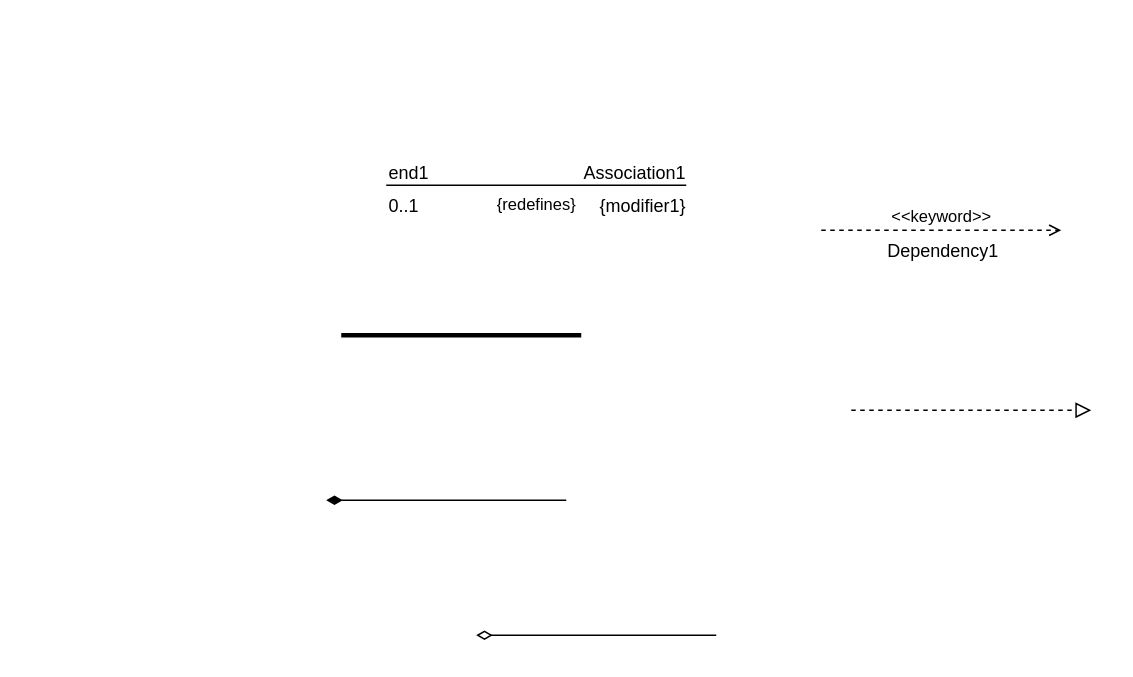
The draw.io diagram page "Page-2" (2 of 3) of data/class_diagram.drawio in PiedPiperJr/uml2code, before the edit. Source tidied: cells renumbered, new cells numbered last; positions are measured from the earlier drawing's top-left corner, leaving out a move shared by most shapes. Both pictures are drawn from the tidied source at 150%, with x=0, y=0 at pixel (326, 184).
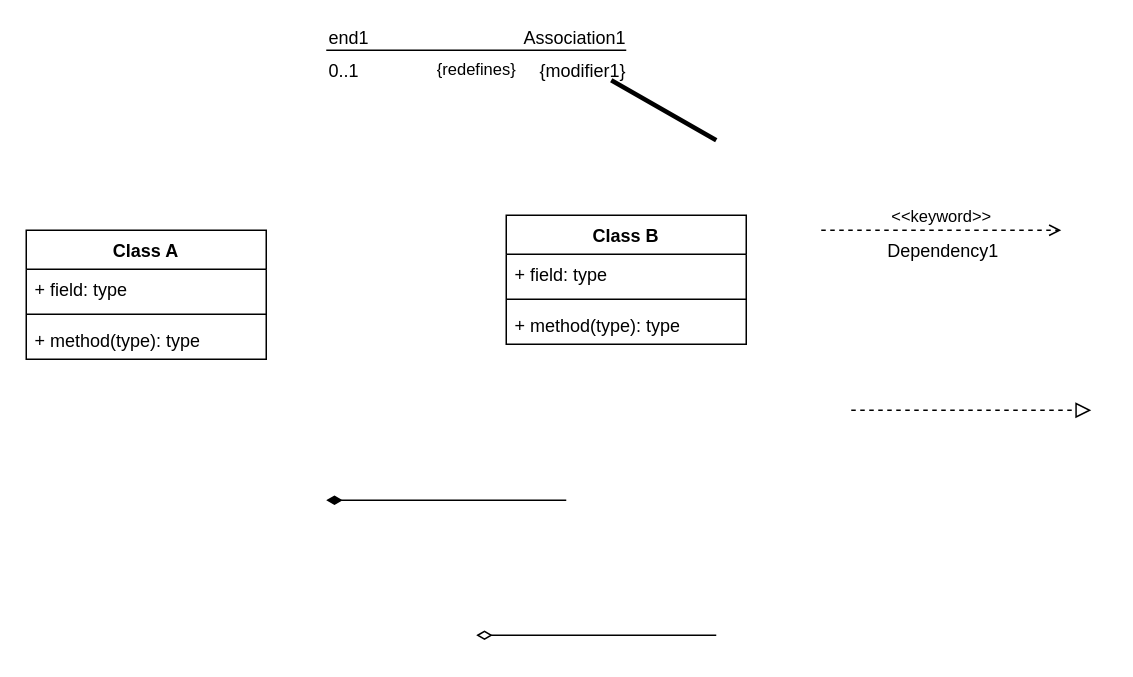
The same page after the edit.

What changed in the source:
```diff
@@
     <mxCell id="5" style="endArrow=none;startArrow=none;endFill=0;startFill=0;endSize=8;html=1;verticalAlign=bottom;labelBackgroundColor=none;strokeWidth=3;" parent="1" edge="1">
       <mxGeometry relative="1" as="geometry">
-        <mxPoint x="10" y="100" as="sourcePoint" />
-        <mxPoint x="170" y="100" as="targetPoint" />
+        <mxPoint x="190" y="-70" as="sourcePoint" />
+        <mxPoint x="260" y="-30" as="targetPoint" />
       </mxGeometry>
     </mxCell>
@@
     <mxCell id="8" value="{redefines}" style="endArrow=none;html=1;rounded=0;align=center;verticalAlign=top;endFill=0;labelBackgroundColor=none;" parent="1" edge="1">
       <mxGeometry relative="1" as="geometry">
-        <mxPoint x="40" as="sourcePoint" />
-        <mxPoint x="240" as="targetPoint" />
+        <mxPoint y="-90" as="sourcePoint" />
+        <mxPoint x="200" y="-90" as="targetPoint" />
       </mxGeometry>
     </mxCell>
@@
+    <mxCell id="13" value="Class A" style="swimlane;fontStyle=1;align=center;verticalAlign=top;horizontal=1;startSize=26;whiteSpace=wrap;html=1;" parent="1" vertex="1">
+      <mxGeometry x="-200" y="30" width="160" height="86" as="geometry" />
+    </mxCell>
+    <mxCell id="14" value="+ field: type" style="text;strokeColor=none;fillColor=none;align=left;verticalAlign=top;spacingLeft=4;spacingRight=4;overflow=hidden;whiteSpace=wrap;html=1;" parent="13" vertex="1">
+      <mxGeometry y="26" width="160" height="26" as="geometry" />
+    </mxCell>
+    <mxCell id="15" style="line;strokeWidth=1;fillColor=none;align=left;verticalAlign=middle;spacingTop=-1;spacingLeft=3;spacingRight=3;labelPosition=right;strokeColor=inherit;" parent="13" vertex="1">
+      <mxGeometry y="52" width="160" height="8" as="geometry" />
+    </mxCell>
+    <mxCell id="16" value="+ method(type): type" style="text;strokeColor=none;fillColor=none;align=left;verticalAlign=top;spacingLeft=4;spacingRight=4;overflow=hidden;whiteSpace=wrap;html=1;" parent="13" vertex="1">
+      <mxGeometry y="60" width="160" height="26" as="geometry" />
+    </mxCell>
+    <mxCell id="17" value="Class B" style="swimlane;fontStyle=1;align=center;verticalAlign=top;horizontal=1;startSize=26;whiteSpace=wrap;html=1;" parent="1" vertex="1">
+      <mxGeometry x="120" y="20" width="160" height="86" as="geometry" />
+    </mxCell>
+    <mxCell id="18" value="+ field: type" style="text;strokeColor=none;fillColor=none;align=left;verticalAlign=top;spacingLeft=4;spacingRight=4;overflow=hidden;whiteSpace=wrap;html=1;" parent="17" vertex="1">
+      <mxGeometry y="26" width="160" height="26" as="geometry" />
+    </mxCell>
+    <mxCell id="19" style="line;strokeWidth=1;fillColor=none;align=left;verticalAlign=middle;spacingTop=-1;spacingLeft=3;spacingRight=3;labelPosition=right;strokeColor=inherit;" parent="17" vertex="1">
+      <mxGeometry y="52" width="160" height="8" as="geometry" />
+    </mxCell>
+    <mxCell id="20" value="+ method(type): type" style="text;strokeColor=none;fillColor=none;align=left;verticalAlign=top;spacingLeft=4;spacingRight=4;overflow=hidden;whiteSpace=wrap;html=1;" parent="17" vertex="1">
+      <mxGeometry y="60" width="160" height="26" as="geometry" />
+    </mxCell>
```
